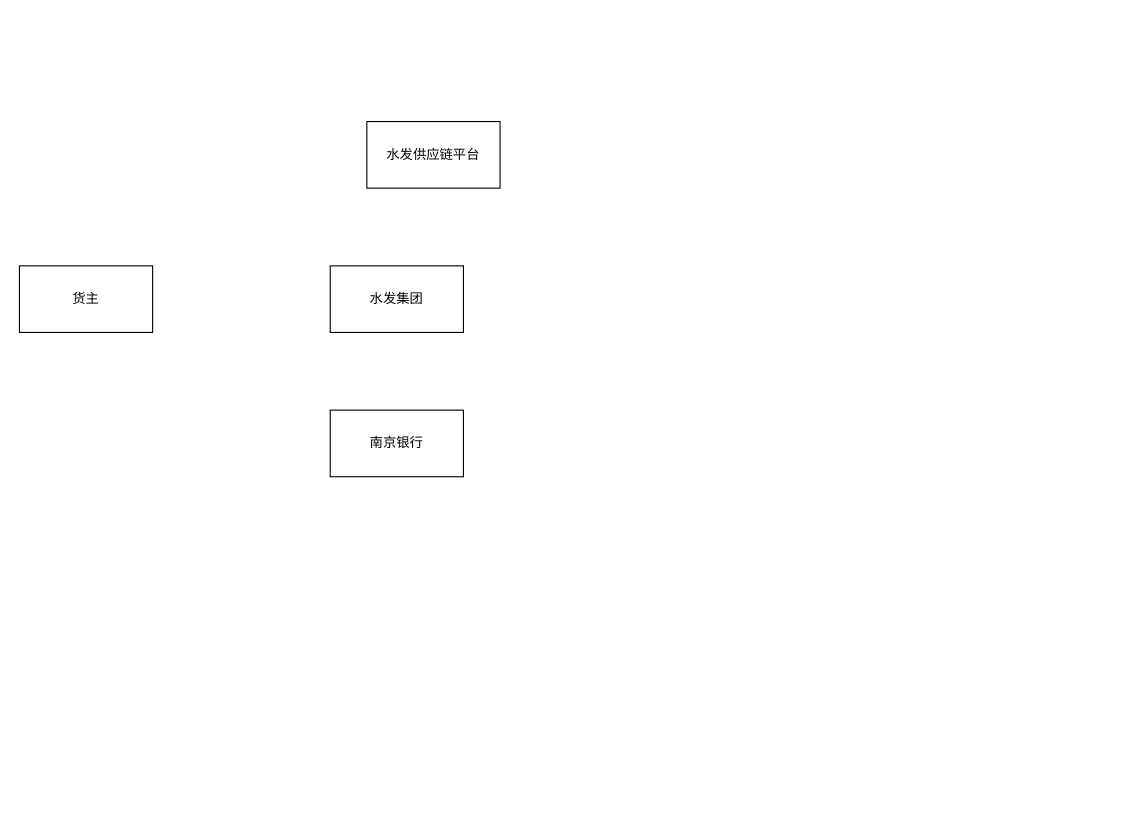
This is 未命名绘图.drawio from crawlerWPS/drawing, a draw.io file, before an edit. Source tidied: cells renumbered, new cells numbered last; positions are measured from the earlier drawing's top-left corner, leaving out a move shared by most shapes. Both pictures are drawn from the tidied source at 111%, with x=0, y=0 at pixel (19, 121).
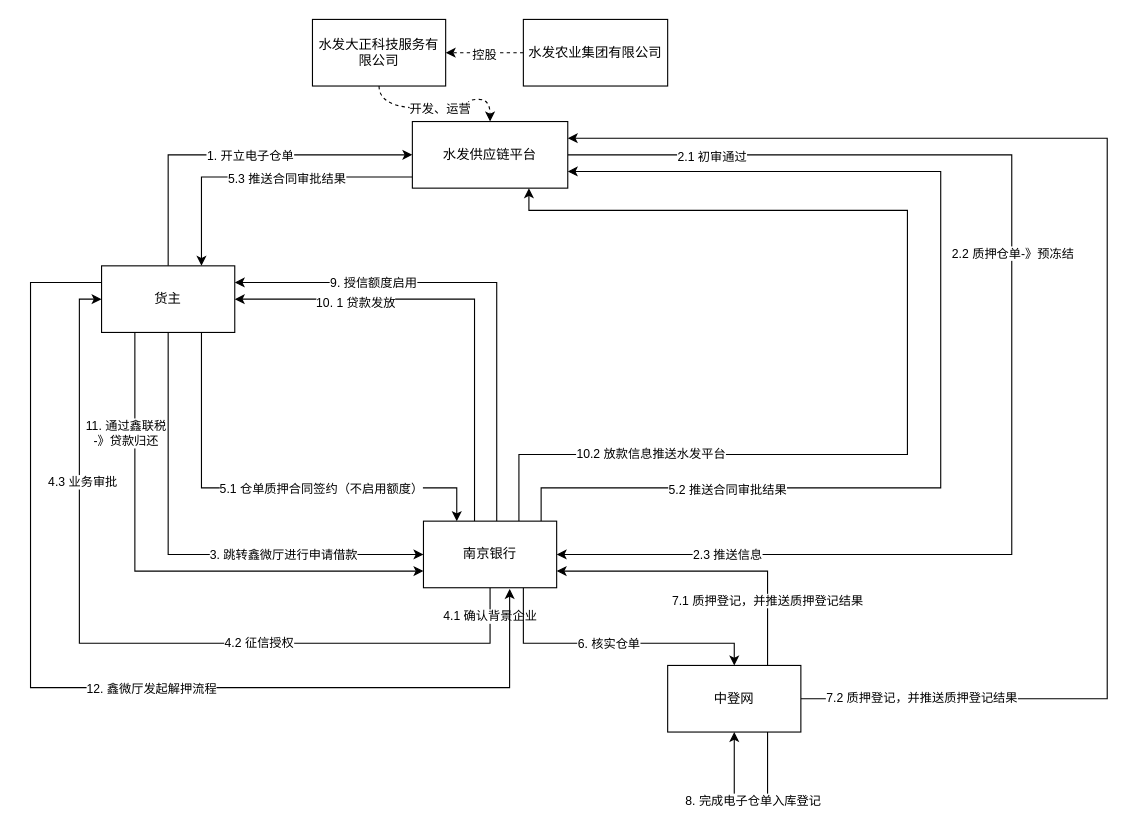
The same page after the edit.

Commit message:
更新未命名绘图.drawio

The edit, as a diff of the source:
```diff
@@
+    <mxCell id="6" style="edgeStyle=orthogonalEdgeStyle;rounded=0;jettySize=auto;html=1;entryX=1;entryY=0.5;entryDx=0;entryDy=0;" parent="1" edge="1" source="2" target="4">
+      <mxGeometry relative="1" as="geometry">
+        <Array as="points">
+          <mxPoint x="894" y="30" />
+          <mxPoint x="894" y="390" />
+        </Array>
+      </mxGeometry>
+    </mxCell>
+    <mxCell id="7" value="2.1 初审通过" style="edgeLabel;html=1;align=center;verticalAlign=middle;" parent="6" vertex="1">
+      <mxGeometry x="-0.78" y="-1" relative="1" as="geometry" />
+    </mxCell>
+    <mxCell id="8" value="2.2 质押仓单-》预冻结" style="edgeLabel;html=1;align=center;verticalAlign=middle;" parent="6" vertex="1">
+      <mxGeometry x="-0.15" relative="1" as="geometry">
+        <mxPoint y="-9" as="offset" />
+      </mxGeometry>
+    </mxCell>
+    <mxCell id="9" value="2.3 推送信息" style="edgeLabel;html=1;align=center;verticalAlign=middle;" parent="6" vertex="1">
+      <mxGeometry x="0.76" y="3" relative="1" as="geometry">
+        <mxPoint x="13" y="-3" as="offset" />
+      </mxGeometry>
+    </mxCell>
+    <mxCell id="10" style="edgeStyle=orthogonalEdgeStyle;rounded=0;jettySize=auto;html=1;entryX=0.75;entryY=0;entryDx=0;entryDy=0;" parent="1" edge="1" source="2" target="5">
+      <mxGeometry relative="1" as="geometry">
+        <Array as="points">
+          <mxPoint x="164" y="50" />
+        </Array>
+      </mxGeometry>
+    </mxCell>
+    <mxCell id="11" value="5.3 推送合同审批结果" style="edgeLabel;html=1;align=center;verticalAlign=middle;" parent="10" vertex="1">
+      <mxGeometry x="0.59" y="-1" relative="1" as="geometry">
+        <mxPoint x="77" y="-24" as="offset" />
+      </mxGeometry>
+    </mxCell>
     <mxCell id="2" value="水发供应链平台" style="rounded=0;whiteSpace=wrap;html=1;" parent="1" vertex="1">
-      <mxGeometry x="313" width="120" height="60" as="geometry" />
+      <mxGeometry x="354" width="140" height="60" as="geometry" />
     </mxCell>
+    <mxCell id="12" style="edgeStyle=orthogonalEdgeStyle;rounded=0;jettySize=auto;html=1;entryX=1;entryY=0.5;entryDx=0;entryDy=0;dashed=1;" parent="1" edge="1" source="3" target="38">
+      <mxGeometry relative="1" as="geometry" />
+    </mxCell>
+    <mxCell id="13" value="控股" style="edgeLabel;html=1;align=center;verticalAlign=middle;" parent="12" vertex="1">
+      <mxGeometry x="0.02" y="1" relative="1" as="geometry" />
+    </mxCell>
-    <mxCell id="3" value="水发集团" style="rounded=0;whiteSpace=wrap;html=1;" parent="1" vertex="1">
-      <mxGeometry x="280" y="130" width="120" height="60" as="geometry" />
+    <mxCell id="3" value="水发农业集团有限公司" style="rounded=0;whiteSpace=wrap;html=1;" parent="1" vertex="1">
+      <mxGeometry x="454" y="-92" width="130" height="60" as="geometry" />
     </mxCell>
+    <mxCell id="14" style="edgeStyle=orthogonalEdgeStyle;rounded=0;jettySize=auto;html=1;entryX=0;entryY=0.5;entryDx=0;entryDy=0;" parent="1" edge="1" source="4" target="5">
+      <mxGeometry relative="1" as="geometry">
+        <Array as="points">
+          <mxPoint x="424" y="470" />
+          <mxPoint x="54" y="470" />
+          <mxPoint x="54" y="160" />
+        </Array>
+      </mxGeometry>
+    </mxCell>
+    <mxCell id="15" value="4.1 确认背景企业" style="edgeLabel;html=1;align=center;verticalAlign=middle;" parent="14" vertex="1">
+      <mxGeometry x="-0.9" y="-1" relative="1" as="geometry">
+        <mxPoint y="-12" as="offset" />
+      </mxGeometry>
+    </mxCell>
+    <mxCell id="16" value="4.2 征信授权" style="edgeLabel;html=1;align=center;verticalAlign=middle;" parent="14" vertex="1">
+      <mxGeometry x="-0.31" y="-1" relative="1" as="geometry" />
+    </mxCell>
+    <mxCell id="17" value="4.3 业务审批" style="edgeLabel;html=1;align=center;verticalAlign=middle;" parent="14" vertex="1">
+      <mxGeometry x="0.51" y="-2" relative="1" as="geometry" />
+    </mxCell>
+    <mxCell id="18" style="edgeStyle=orthogonalEdgeStyle;rounded=0;jettySize=auto;html=1;entryX=1;entryY=0.75;entryDx=0;entryDy=0;" parent="1" edge="1" source="4" target="2">
+      <mxGeometry relative="1" as="geometry">
+        <Array as="points">
+          <mxPoint x="470" y="330" />
+          <mxPoint x="830" y="330" />
+          <mxPoint x="830" y="45" />
+        </Array>
+      </mxGeometry>
+    </mxCell>
+    <mxCell id="19" value="5.2 推送合同审批结果" style="edgeLabel;html=1;align=center;verticalAlign=middle;" parent="18" vertex="1">
+      <mxGeometry x="-0.61" y="-1" relative="1" as="geometry" />
+    </mxCell>
+    <mxCell id="20" style="edgeStyle=orthogonalEdgeStyle;rounded=0;jettySize=auto;html=1;exitX=0.75;exitY=1;exitDx=0;exitDy=0;entryX=0.5;entryY=0;entryDx=0;entryDy=0;" parent="1" edge="1" source="4" target="43">
+      <mxGeometry relative="1" as="geometry">
+        <Array as="points">
+          <mxPoint x="454" y="470" />
+          <mxPoint x="644" y="470" />
+        </Array>
+      </mxGeometry>
+    </mxCell>
+    <mxCell id="21" value="6. 核实仓单" style="edgeLabel;html=1;align=center;verticalAlign=middle;" parent="20" vertex="1">
+      <mxGeometry x="-0.03" relative="1" as="geometry" />
+    </mxCell>
+    <mxCell id="22" style="edgeStyle=orthogonalEdgeStyle;rounded=0;jettySize=auto;html=1;entryX=1;entryY=0.25;entryDx=0;entryDy=0;" parent="1" edge="1" source="4" target="5">
+      <mxGeometry relative="1" as="geometry">
+        <Array as="points">
+          <mxPoint x="430" y="145" />
+        </Array>
+      </mxGeometry>
+    </mxCell>
+    <mxCell id="23" value="9. 授信额度启用" style="edgeLabel;html=1;align=center;verticalAlign=middle;" parent="22" vertex="1">
+      <mxGeometry x="0.45" relative="1" as="geometry" />
+    </mxCell>
+    <mxCell id="24" style="edgeStyle=orthogonalEdgeStyle;rounded=0;jettySize=auto;html=1;entryX=1;entryY=0.5;entryDx=0;entryDy=0;" parent="1" edge="1" source="4" target="5">
+      <mxGeometry relative="1" as="geometry">
+        <Array as="points">
+          <mxPoint x="410" y="160" />
+        </Array>
+      </mxGeometry>
+    </mxCell>
+    <mxCell id="25" value="10. 1 贷款发放" style="edgeLabel;html=1;align=center;verticalAlign=middle;" parent="24" vertex="1">
+      <mxGeometry x="0.48" y="3" relative="1" as="geometry" />
+    </mxCell>
+    <mxCell id="26" style="edgeStyle=orthogonalEdgeStyle;rounded=0;jettySize=auto;html=1;entryX=0.75;entryY=1;entryDx=0;entryDy=0;" parent="1" edge="1" source="4" target="2">
+      <mxGeometry relative="1" as="geometry">
+        <Array as="points">
+          <mxPoint x="450" y="300" />
+          <mxPoint x="800" y="300" />
+          <mxPoint x="800" y="80" />
+          <mxPoint x="459" y="80" />
+        </Array>
+      </mxGeometry>
+    </mxCell>
+    <mxCell id="27" value="10.2 放款信息推送水发平台" style="edgeLabel;html=1;align=center;verticalAlign=middle;" parent="26" vertex="1">
+      <mxGeometry x="-0.64" y="1" relative="1" as="geometry" />
+    </mxCell>
     <mxCell id="4" value="南京银行" style="whiteSpace=wrap;html=1;" parent="1" vertex="1">
-      <mxGeometry x="280" y="260" width="120" height="60" as="geometry" />
+      <mxGeometry x="364" y="360" width="120" height="60" as="geometry" />
     </mxCell>
+    <mxCell id="28" style="edgeStyle=orthogonalEdgeStyle;rounded=0;jettySize=auto;html=1;" parent="1" edge="1" source="5" target="2">
+      <mxGeometry relative="1" as="geometry">
+        <Array as="points">
+          <mxPoint x="134" y="30" />
+        </Array>
+      </mxGeometry>
+    </mxCell>
+    <mxCell id="29" value="1. 开立电子仓单" style="edgeLabel;html=1;align=center;verticalAlign=middle;" parent="28" vertex="1">
+      <mxGeometry x="0.08" relative="1" as="geometry" />
+    </mxCell>
+    <mxCell id="30" style="edgeStyle=orthogonalEdgeStyle;rounded=0;jettySize=auto;html=1;entryX=0;entryY=0.5;entryDx=0;entryDy=0;" parent="1" edge="1" source="5" target="4">
+      <mxGeometry relative="1" as="geometry">
+        <Array as="points">
+          <mxPoint x="134" y="390" />
+        </Array>
+      </mxGeometry>
+    </mxCell>
+    <mxCell id="31" value="3. 跳转鑫微厅进行申请借款" style="edgeLabel;html=1;align=center;verticalAlign=middle;" parent="30" vertex="1">
+      <mxGeometry x="-0.11" y="1" relative="1" as="geometry">
+        <mxPoint x="102" y="9" as="offset" />
+      </mxGeometry>
+    </mxCell>
+    <mxCell id="32" style="edgeStyle=orthogonalEdgeStyle;rounded=0;jettySize=auto;html=1;exitX=0.75;exitY=1;exitDx=0;exitDy=0;entryX=0.25;entryY=0;entryDx=0;entryDy=0;" parent="1" edge="1" source="5" target="4">
+      <mxGeometry relative="1" as="geometry">
+        <Array as="points">
+          <mxPoint x="164" y="330" />
+          <mxPoint x="394" y="330" />
+        </Array>
+      </mxGeometry>
+    </mxCell>
+    <mxCell id="33" value="5.1 仓单质押合同签约（不启用额度）" style="edgeLabel;html=1;align=center;verticalAlign=middle;" parent="32" vertex="1">
+      <mxGeometry x="-0.07" relative="1" as="geometry">
+        <mxPoint x="61" as="offset" />
+      </mxGeometry>
+    </mxCell>
+    <mxCell id="34" style="edgeStyle=orthogonalEdgeStyle;rounded=0;jettySize=auto;html=1;exitX=0.25;exitY=1;exitDx=0;exitDy=0;entryX=0;entryY=0.75;entryDx=0;entryDy=0;" parent="1" edge="1" source="5" target="4">
+      <mxGeometry relative="1" as="geometry" />
+    </mxCell>
+    <mxCell id="35" value="11. 通过鑫联税&lt;br&gt;-》贷款归还" style="edgeLabel;html=1;align=center;verticalAlign=middle;" parent="34" vertex="1">
+      <mxGeometry x="-0.69" y="-2" relative="1" as="geometry">
+        <mxPoint x="-7" y="16" as="offset" />
+      </mxGeometry>
+    </mxCell>
     <mxCell id="5" value="货主" style="whiteSpace=wrap;html=1;" parent="1" vertex="1">
-      <mxGeometry y="130" width="120" height="60" as="geometry" />
+      <mxGeometry x="74" y="130" width="120" height="60" as="geometry" />
     </mxCell>
+    <mxCell id="36" style="edgeStyle=orthogonalEdgeStyle;rounded=0;jettySize=auto;html=1;entryX=0.5;entryY=0;entryDx=0;entryDy=0;dashed=1;curved=1;" parent="1" edge="1" source="38" target="2">
+      <mxGeometry relative="1" as="geometry" />
+    </mxCell>
+    <mxCell id="37" value="开发、运营" style="edgeLabel;html=1;align=center;verticalAlign=middle;" parent="36" vertex="1">
+      <mxGeometry relative="1" as="geometry" />
+    </mxCell>
+    <mxCell id="38" value="水发大正科技服务有限公司" style="whiteSpace=wrap;html=1;" parent="1" vertex="1">
+      <mxGeometry x="264" y="-92" width="120" height="60" as="geometry" />
+    </mxCell>
+    <mxCell id="39" style="edgeStyle=orthogonalEdgeStyle;rounded=0;jettySize=auto;html=1;exitX=0.75;exitY=0;exitDx=0;exitDy=0;entryX=1;entryY=0.75;entryDx=0;entryDy=0;" parent="1" edge="1" source="43" target="4">
+      <mxGeometry relative="1" as="geometry" />
+    </mxCell>
+    <mxCell id="40" value="7.1 质押登记，并推送质押登记结果" style="edgeLabel;html=1;align=center;verticalAlign=middle;" parent="39" vertex="1">
+      <mxGeometry x="-0.57" y="1" relative="1" as="geometry" />
+    </mxCell>
+    <mxCell id="41" style="edgeStyle=orthogonalEdgeStyle;rounded=0;jettySize=auto;html=1;entryX=1;entryY=0.25;entryDx=0;entryDy=0;" parent="1" edge="1" source="43" target="2">
+      <mxGeometry relative="1" as="geometry">
+        <Array as="points">
+          <mxPoint x="980" y="520" />
+          <mxPoint x="980" y="15" />
+        </Array>
+      </mxGeometry>
+    </mxCell>
+    <mxCell id="42" value="7.2 质押登记，并推送质押登记结果" style="edgeLabel;html=1;align=center;verticalAlign=middle;" parent="41" vertex="1">
+      <mxGeometry x="-0.83" y="2" relative="1" as="geometry" />
+    </mxCell>
+    <mxCell id="43" value="中登网" style="rounded=0;whiteSpace=wrap;html=1;" parent="1" vertex="1">
+      <mxGeometry x="584" y="490" width="120" height="60" as="geometry" />
+    </mxCell>
+    <mxCell id="44" style="edgeStyle=orthogonalEdgeStyle;rounded=0;orthogonalLoop=1;jettySize=auto;html=1;exitX=0.75;exitY=1;exitDx=0;exitDy=0;" parent="1" edge="1" source="43" target="43">
+      <mxGeometry relative="1" as="geometry">
+        <Array as="points">
+          <mxPoint x="674" y="610" />
+          <mxPoint x="644" y="610" />
+        </Array>
+      </mxGeometry>
+    </mxCell>
+    <mxCell id="45" value="8. 完成电子仓单入库登记" style="edgeLabel;html=1;align=center;verticalAlign=middle;" parent="44" vertex="1">
+      <mxGeometry x="-0.02" y="1" relative="1" as="geometry" />
+    </mxCell>
+    <mxCell id="46" style="edgeStyle=orthogonalEdgeStyle;rounded=0;jettySize=auto;html=1;exitX=0;exitY=0.25;exitDx=0;exitDy=0;entryX=0.647;entryY=1.017;entryDx=0;entryDy=0;entryPerimeter=0;" parent="1" edge="1" source="5" target="4">
+      <mxGeometry relative="1" as="geometry">
+        <Array as="points">
+          <mxPoint x="10" y="145" />
+          <mxPoint x="10" y="510" />
+          <mxPoint x="442" y="510" />
+        </Array>
+      </mxGeometry>
+    </mxCell>
+    <mxCell id="47" value="12. 鑫微厅发起解押流程" style="edgeLabel;html=1;align=center;verticalAlign=middle;" parent="46" vertex="1">
+      <mxGeometry x="0.13" relative="1" as="geometry" />
+    </mxCell>
```
